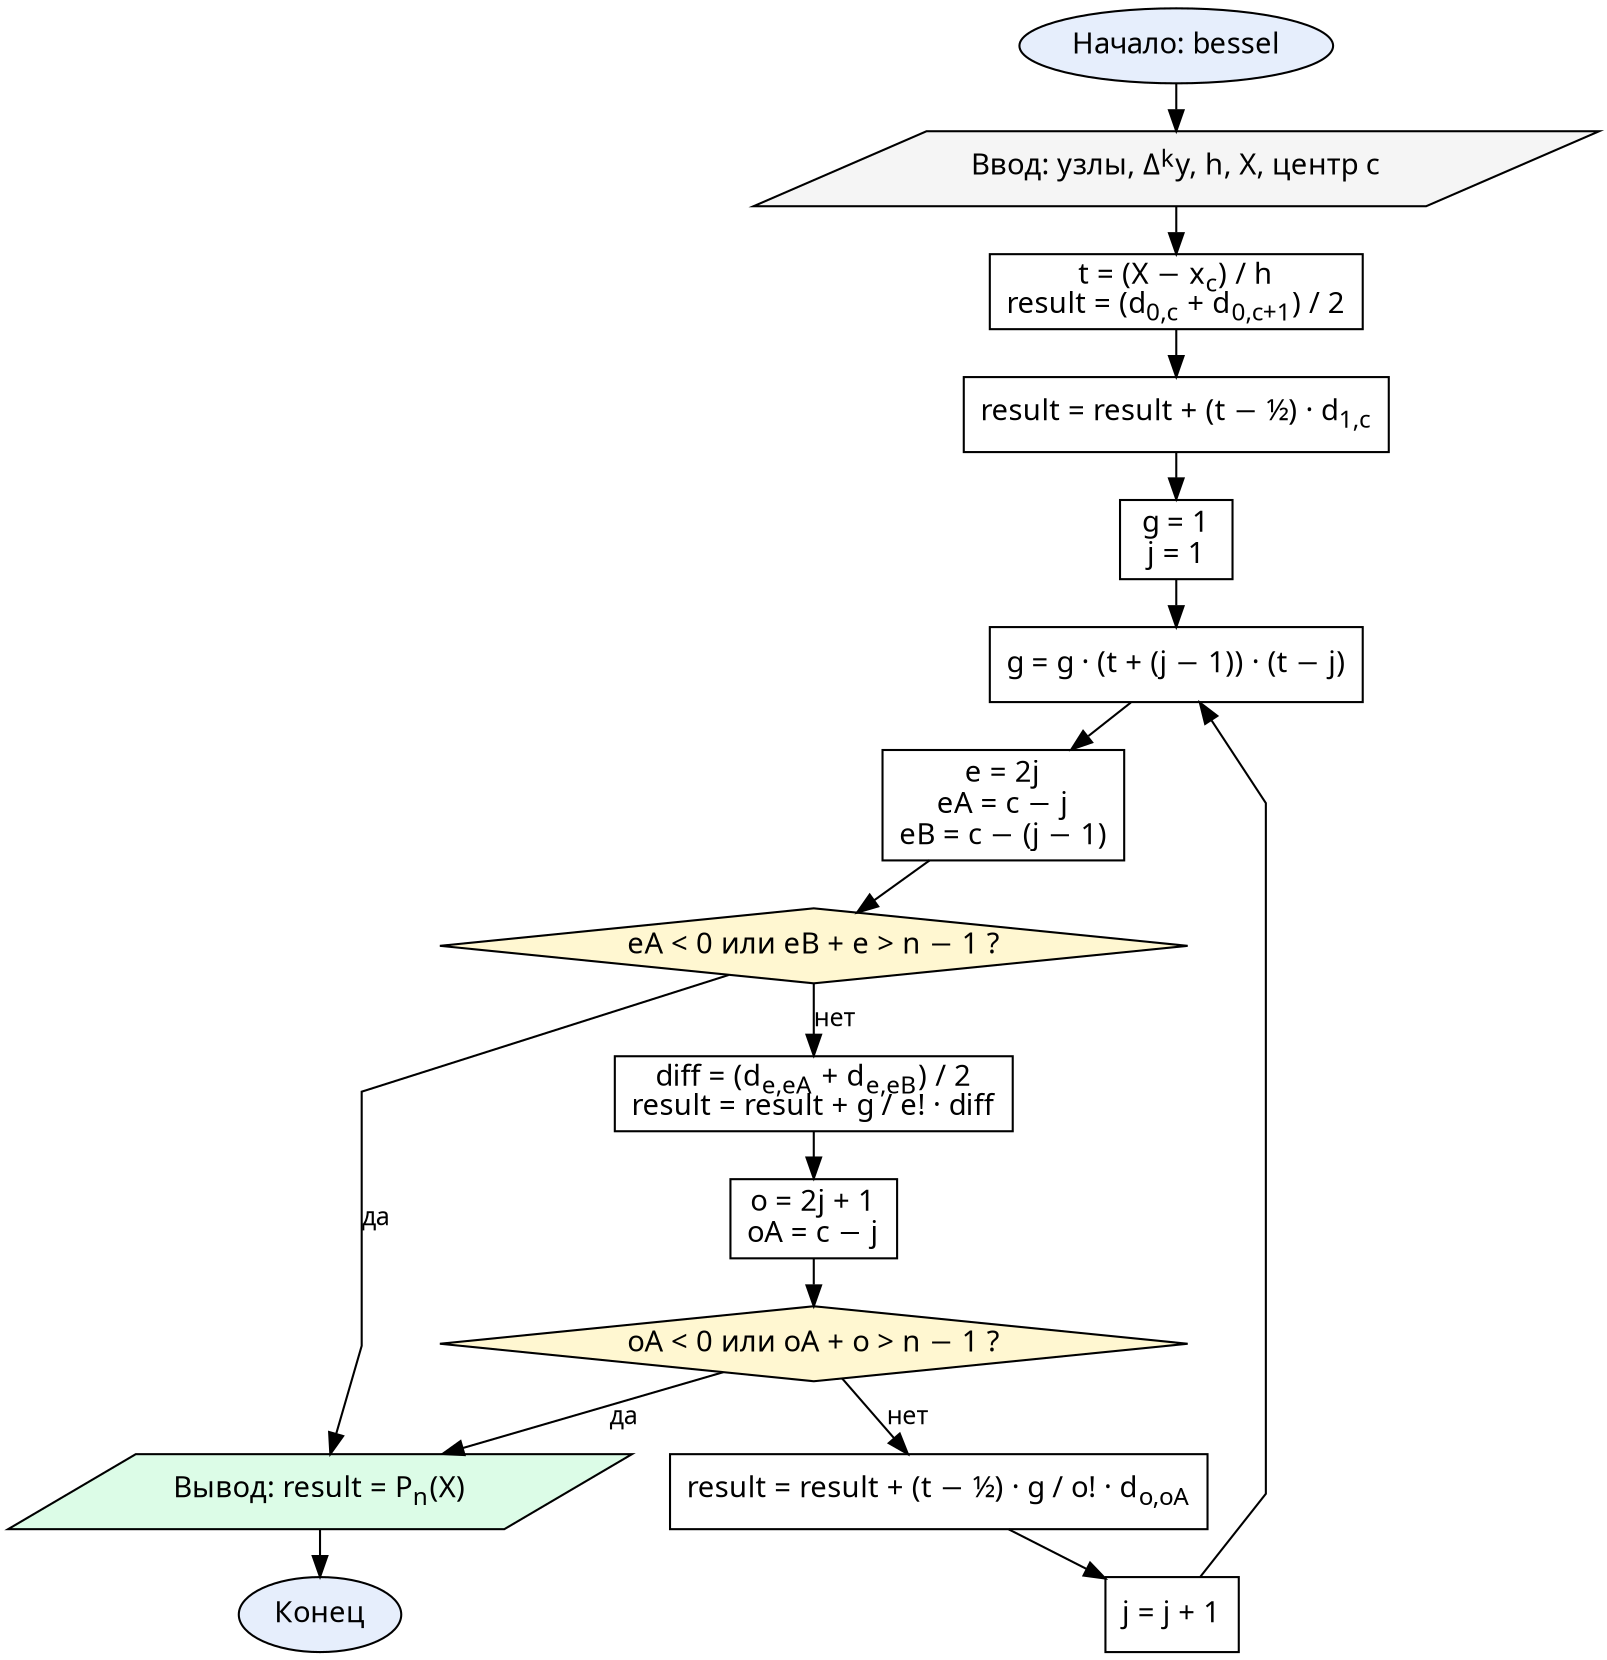
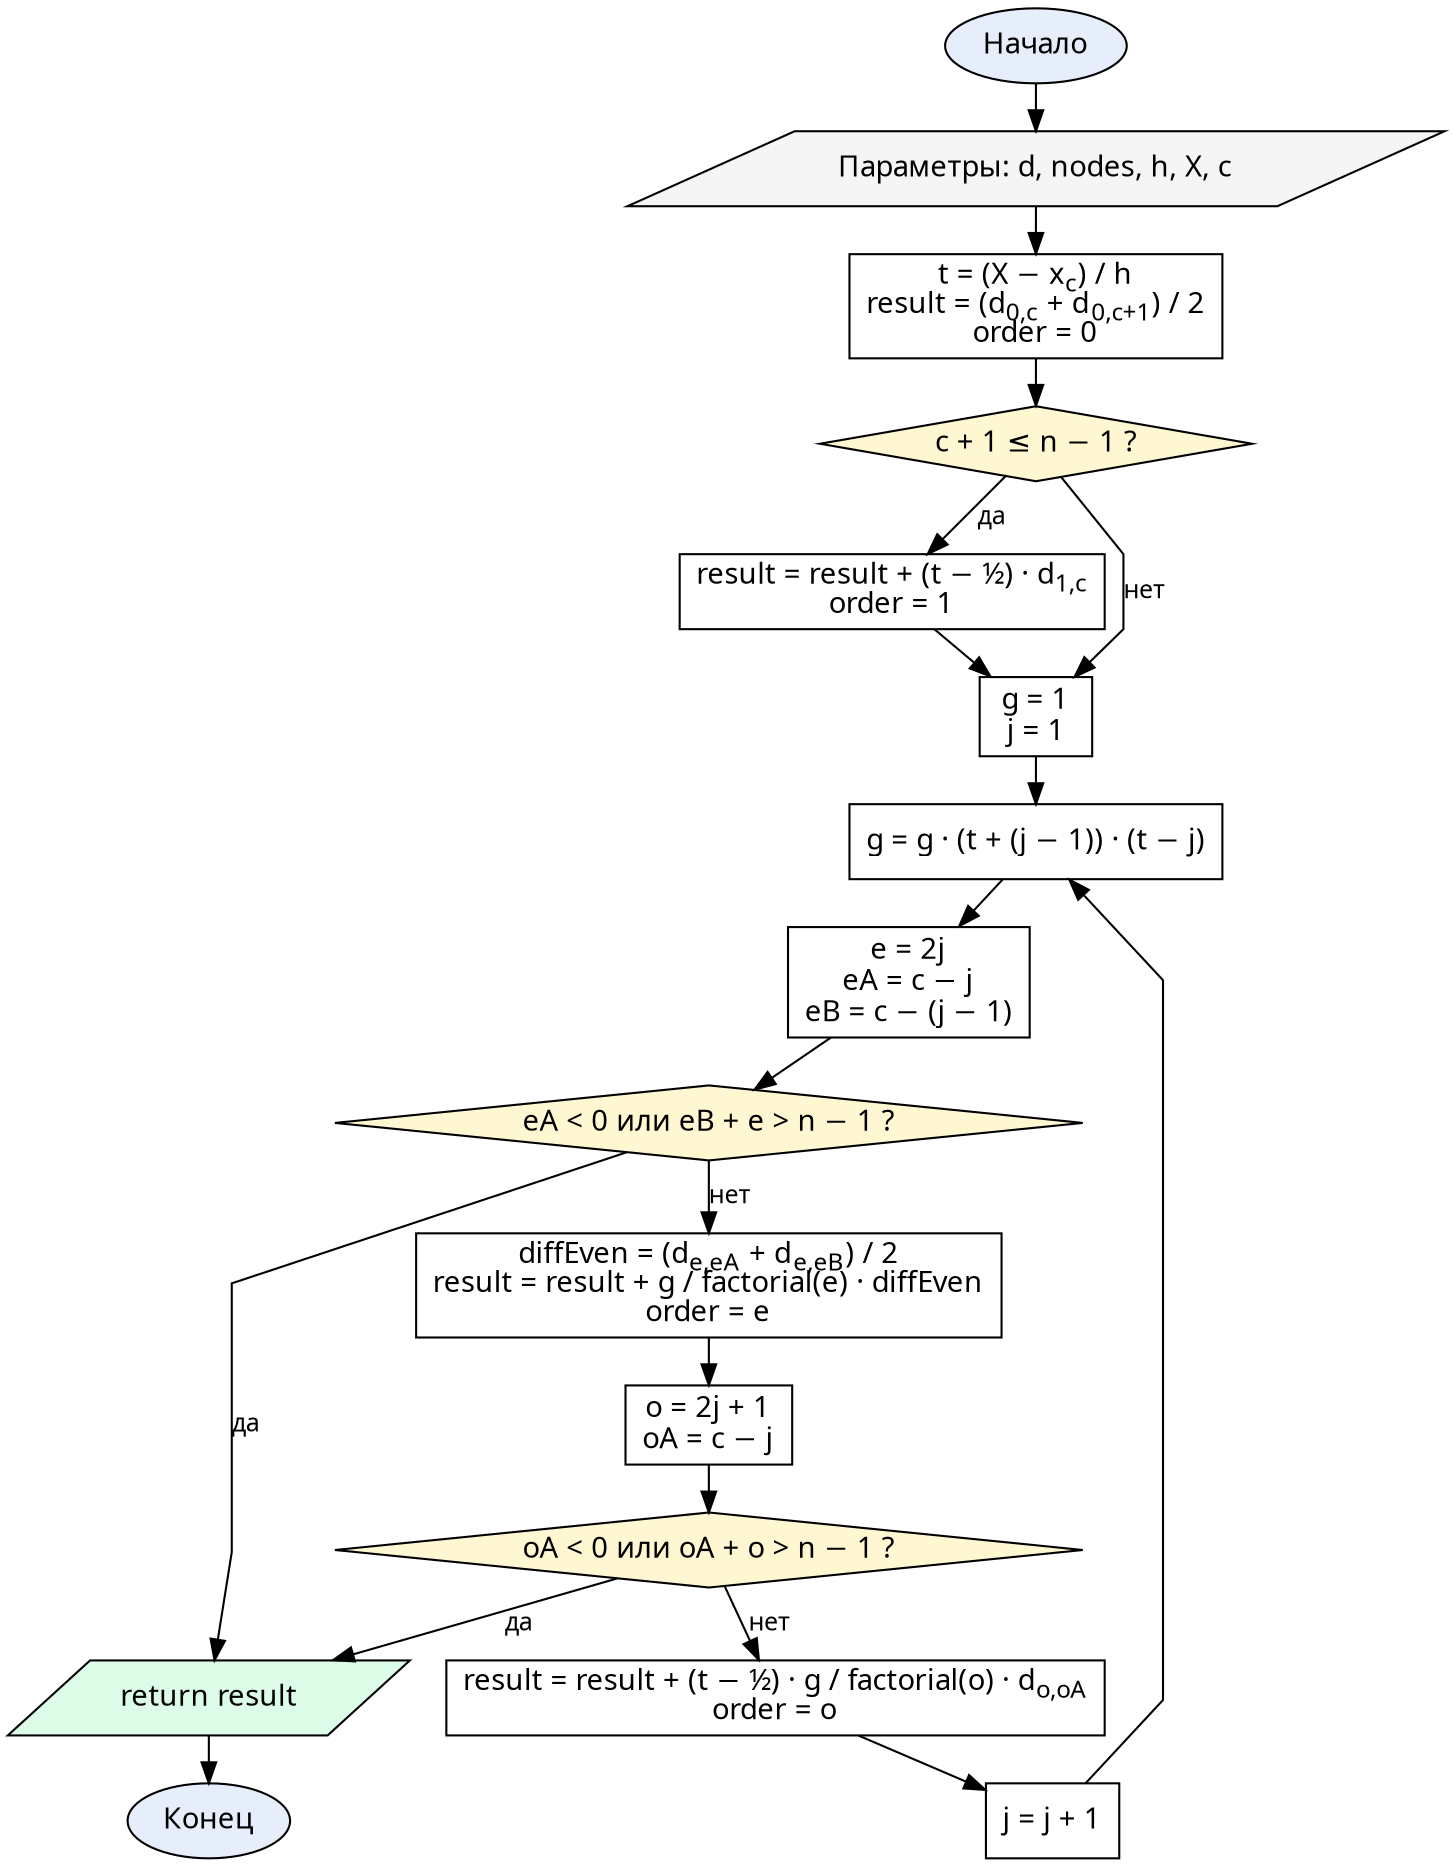
digraph Lab5Bessel {
  graph [fontname="CMU Serif", rankdir=TB, nodesep=0.25, ranksep=0.3, splines=polyline]
  node  [fontname="CMU Serif", fontsize=14, style="filled", fillcolor="#ffffff", color="#000000"]
  edge  [fontname="CMU Serif", fontsize=12, color="#000000"]

-   start  [label="Начало: bessel", shape=oval, fillcolor="#e6eefc"]
-   input  [label=<Ввод: узлы, Δ<SUP>k</SUP>y, h, X, центр c>, shape=parallelogram, fillcolor="#f5f5f5"]
-   init   [label=<t = (X − x<SUB>c</SUB>) / h<BR/>result = (d<SUB>0,c</SUB> + d<SUB>0,c+1</SUB>) / 2>, shape=box]
-   term1  [label=<result = result + (t − ½) · d<SUB>1,c</SUB>>, shape=box]
+   start  [label="Начало", shape=oval, fillcolor="#e6eefc"]
+   input  [label=<Параметры: d, nodes, h, X, c>, shape=parallelogram, fillcolor="#f5f5f5"]
+   init   [label=<t = (X − x<SUB>c</SUB>) / h<BR/>result = (d<SUB>0,c</SUB> + d<SUB>0,c+1</SUB>) / 2<BR/>order = 0>, shape=box]
+   g1chk  [label=<c + 1 ≤ n − 1 ?>, shape=diamond, fillcolor="#fff7d1"]
+   term1  [label=<result = result + (t − ½) · d<SUB>1,c</SUB><BR/>order = 1>, shape=box]
  setg   [label=<g = 1<BR/>j = 1>, shape=box]
  ge     [label=<g = g · (t + (j − 1)) · (t − j)>, shape=box]
  eidx   [label=<e = 2j<BR/>eA = c − j<BR/>eB = c − (j − 1)>, shape=box]
  chke   [label=<eA &lt; 0 или eB + e &gt; n − 1 ?>, shape=diamond, fillcolor="#fff7d1"]
-   acce   [label=<diff = (d<SUB>e,eA</SUB> + d<SUB>e,eB</SUB>) / 2<BR/>result = result + g / e! · diff>, shape=box]
+   acce   [label=<diffEven = (d<SUB>e,eA</SUB> + d<SUB>e,eB</SUB>) / 2<BR/>result = result + g / factorial(e) · diffEven<BR/>order = e>, shape=box]
  oidx   [label=<o = 2j + 1<BR/>oA = c − j>, shape=box]
  chko   [label=<oA &lt; 0 или oA + o &gt; n − 1 ?>, shape=diamond, fillcolor="#fff7d1"]
-   acco   [label=<result = result + (t − ½) · g / o! · d<SUB>o,oA</SUB>>, shape=box]
+   acco   [label=<result = result + (t − ½) · g / factorial(o) · d<SUB>o,oA</SUB><BR/>order = o>, shape=box]
  nextj  [label=<j = j + 1>, shape=box]
-   output [label=<Вывод: result = P<SUB>n</SUB>(X)>, shape=parallelogram, fillcolor="#dcfce7"]
+   output [label=<return result>, shape=parallelogram, fillcolor="#dcfce7"]
  stop   [label="Конец", shape=oval, fillcolor="#e6eefc"]

-   start -> input -> init -> term1 -> setg -> ge
+   start -> input -> init -> g1chk
+   g1chk -> term1 [label="да"]
+   g1chk -> setg [label="нет"]
+   term1 -> setg
+   setg -> ge
  ge -> eidx -> chke
  chke -> output [label="да"]
  chke -> acce [label="нет"]
  acce -> oidx -> chko
  chko -> output [label="да"]
  chko -> acco [label="нет"]
  acco -> nextj
  nextj -> ge
  output -> stop
}
